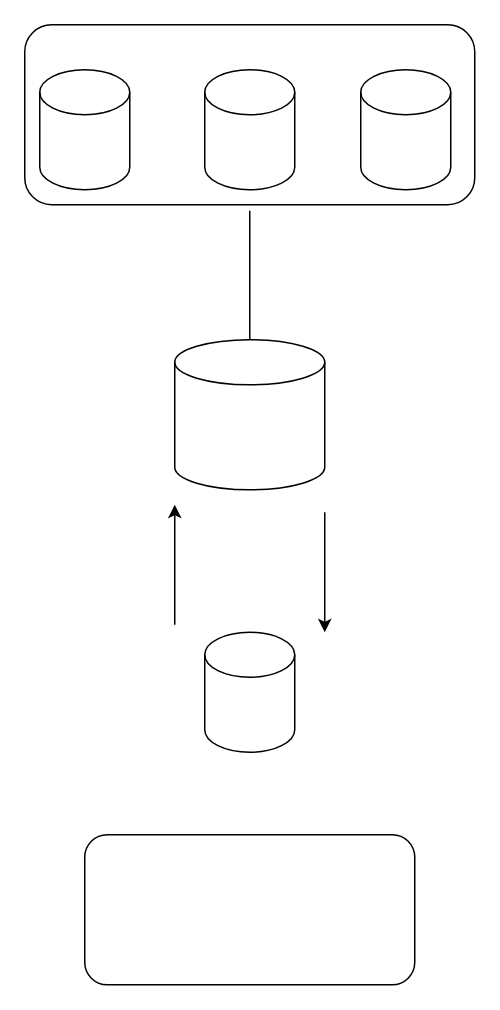
Earlier version of the draw.io diagram Диаграмма пиаип.drawio (GokaPek/Noting). Source tidied: cells renumbered, new cells numbered last; positions are measured from the earlier drawing's top-left corner, leaving out a move shared by most shapes. Both pictures are drawn from the tidied source at 150%, with x=0, y=0 at pixel (24, 24).
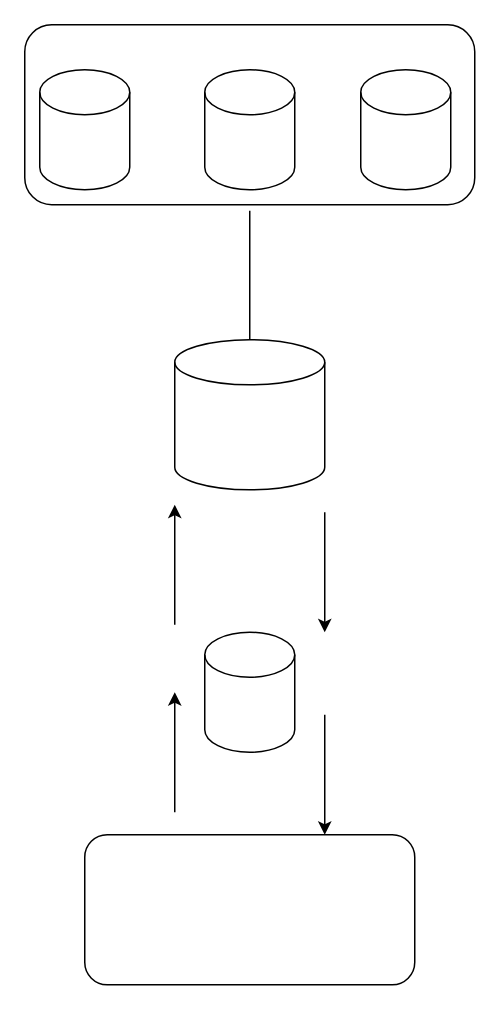
The same page after the edit.

Change to the diagram source:
```diff
@@
 <mxGraphModel>
   <root>
     <mxCell id="0" />
     <mxCell id="1" parent="0" />
     <mxCell id="2" style="rounded=1;whiteSpace=wrap;html=1;" parent="1" vertex="1">
       <mxGeometry width="300" height="120" as="geometry" />
     </mxCell>
     <mxCell id="3" style="shape=cylinder3;whiteSpace=wrap;html=1;boundedLbl=1;backgroundOutline=1;size=15;" parent="1" vertex="1">
       <mxGeometry x="10" y="30" width="60" height="80" as="geometry" />
     </mxCell>
     <mxCell id="4" style="shape=cylinder3;whiteSpace=wrap;html=1;boundedLbl=1;backgroundOutline=1;size=15;" parent="1" vertex="1">
       <mxGeometry x="120" y="30" width="60" height="80" as="geometry" />
     </mxCell>
     <mxCell id="5" style="shape=cylinder3;whiteSpace=wrap;html=1;boundedLbl=1;backgroundOutline=1;size=15;" parent="1" vertex="1">
       <mxGeometry x="224" y="30" width="60" height="80" as="geometry" />
     </mxCell>
     <mxCell id="6" style="shape=cylinder3;whiteSpace=wrap;html=1;boundedLbl=1;backgroundOutline=1;size=15;" parent="1" vertex="1">
       <mxGeometry x="100" y="210" width="100" height="100" as="geometry" />
     </mxCell>
     <mxCell id="7" style="endArrow=none;html=1;rounded=0;exitX=0.5;exitY=0;exitDx=0;exitDy=0;exitPerimeter=0;" parent="1" edge="1" source="6">
       <mxGeometry relative="1" as="geometry">
         <mxPoint x="150" y="124" as="targetPoint" />
       </mxGeometry>
     </mxCell>
     <mxCell id="8" style="shape=cylinder3;whiteSpace=wrap;html=1;boundedLbl=1;backgroundOutline=1;size=15;" parent="1" vertex="1">
       <mxGeometry x="120" y="405" width="60" height="80" as="geometry" />
     </mxCell>
     <mxCell id="9" style="endArrow=classic;html=1;rounded=0;" parent="1" edge="1">
       <mxGeometry relative="1" as="geometry">
         <mxPoint x="100" y="400" as="sourcePoint" />
         <mxPoint x="100" y="320" as="targetPoint" />
       </mxGeometry>
     </mxCell>
     <mxCell id="10" style="endArrow=classic;html=1;rounded=0;" parent="1" edge="1">
       <mxGeometry relative="1" as="geometry">
         <mxPoint x="200" y="325" as="sourcePoint" />
         <mxPoint x="200" y="405" as="targetPoint" />
       </mxGeometry>
     </mxCell>
     <mxCell id="11" style="rounded=1;whiteSpace=wrap;html=1;" parent="1" vertex="1">
       <mxGeometry x="40" y="540" width="220" height="100" as="geometry" />
     </mxCell>
+    <mxCell id="12" style="endArrow=classic;html=1;rounded=0;" parent="1" edge="1">
+      <mxGeometry relative="1" as="geometry">
+        <mxPoint x="100" y="525" as="sourcePoint" />
+        <mxPoint x="100" y="445" as="targetPoint" />
+      </mxGeometry>
+    </mxCell>
+    <mxCell id="13" style="endArrow=classic;html=1;rounded=0;" parent="1" edge="1">
+      <mxGeometry relative="1" as="geometry">
+        <mxPoint x="200" y="460" as="sourcePoint" />
+        <mxPoint x="200" y="540" as="targetPoint" />
+      </mxGeometry>
+    </mxCell>
   </root>
 </mxGraphModel>
```
